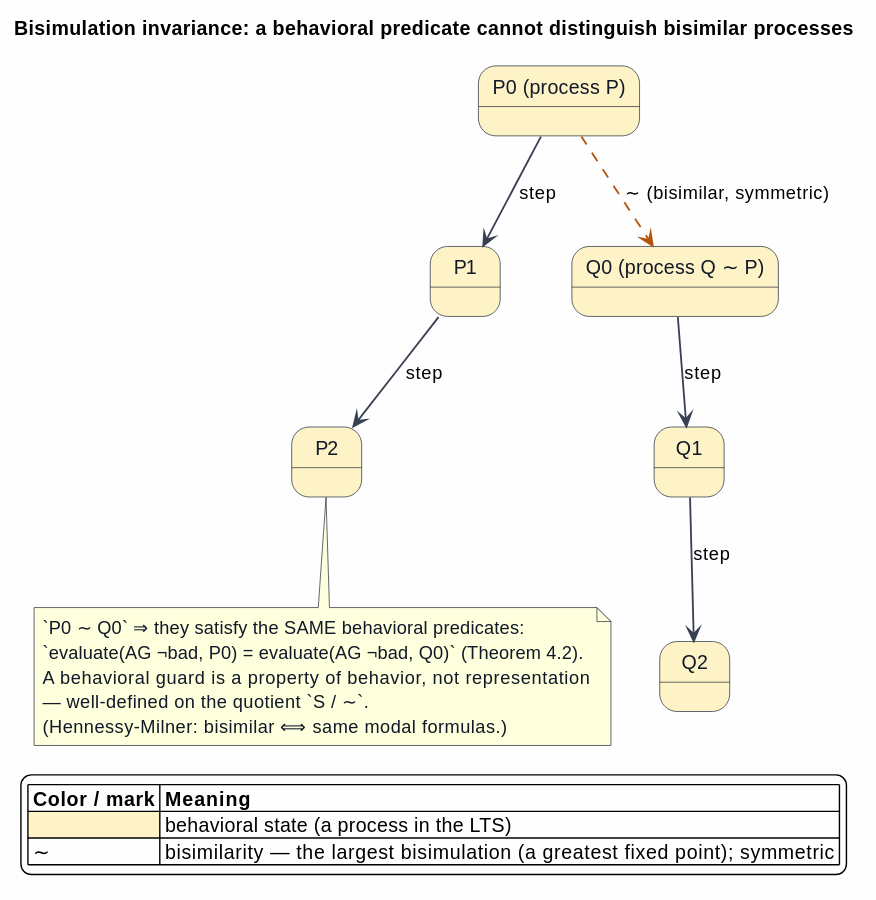
Earlier version of the PlantUML export docs/architecture/semantic-predicates/figures/12-bisimulation-invariance.svg (F1R3FLY-io/mettail-rust).
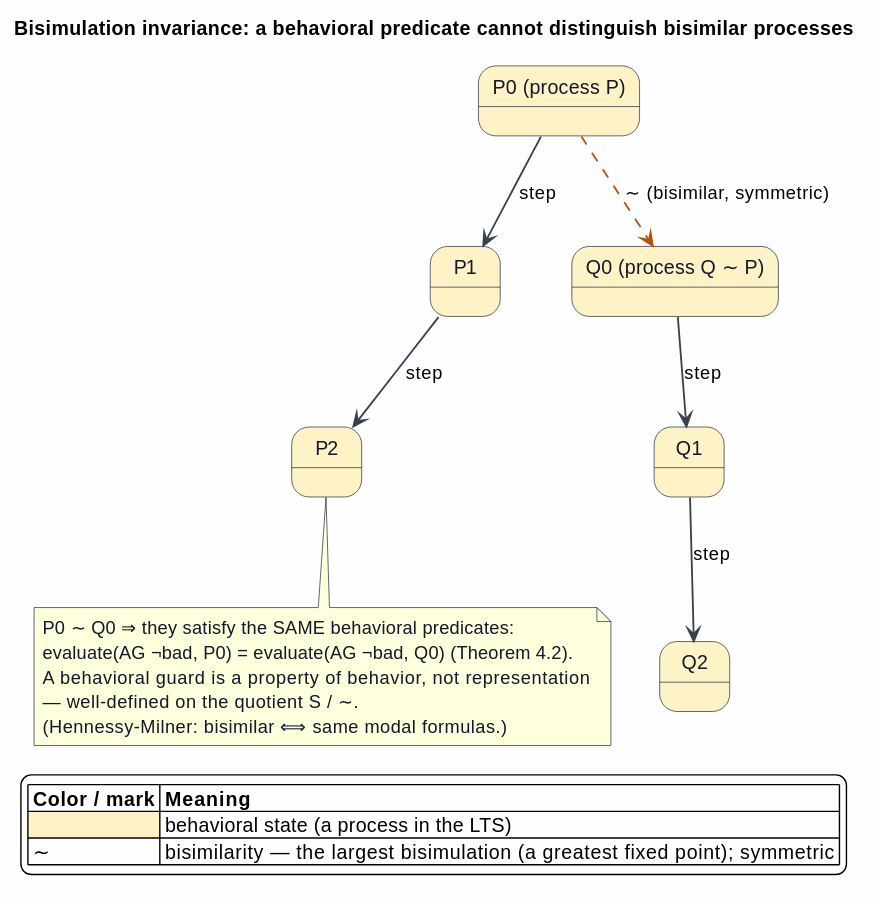
The same file after the commit.

What changed in the source:
```diff
@@ -30,10 +30,10 @@
 P0 -[#B45309,dashed]-> Q0 : ∼ (bisimilar, symmetric)
 
 note bottom of P2
-  `P0 ∼ Q0` ⇒ they satisfy the SAME behavioral predicates:
-  `evaluate(AG ¬bad, P0) = evaluate(AG ¬bad, Q0)`  (Theorem 4.2).
+  P0 ∼ Q0 ⇒ they satisfy the SAME behavioral predicates:
+  evaluate(AG ¬bad, P0) = evaluate(AG ¬bad, Q0)  (Theorem 4.2).
   A behavioral guard is a property of behavior, not representation
-  — well-defined on the quotient `S / ∼`.
+  — well-defined on the quotient S / ∼.
   (Hennessy-Milner: bisimilar ⟺ same modal formulas.)
 end note
 
```
